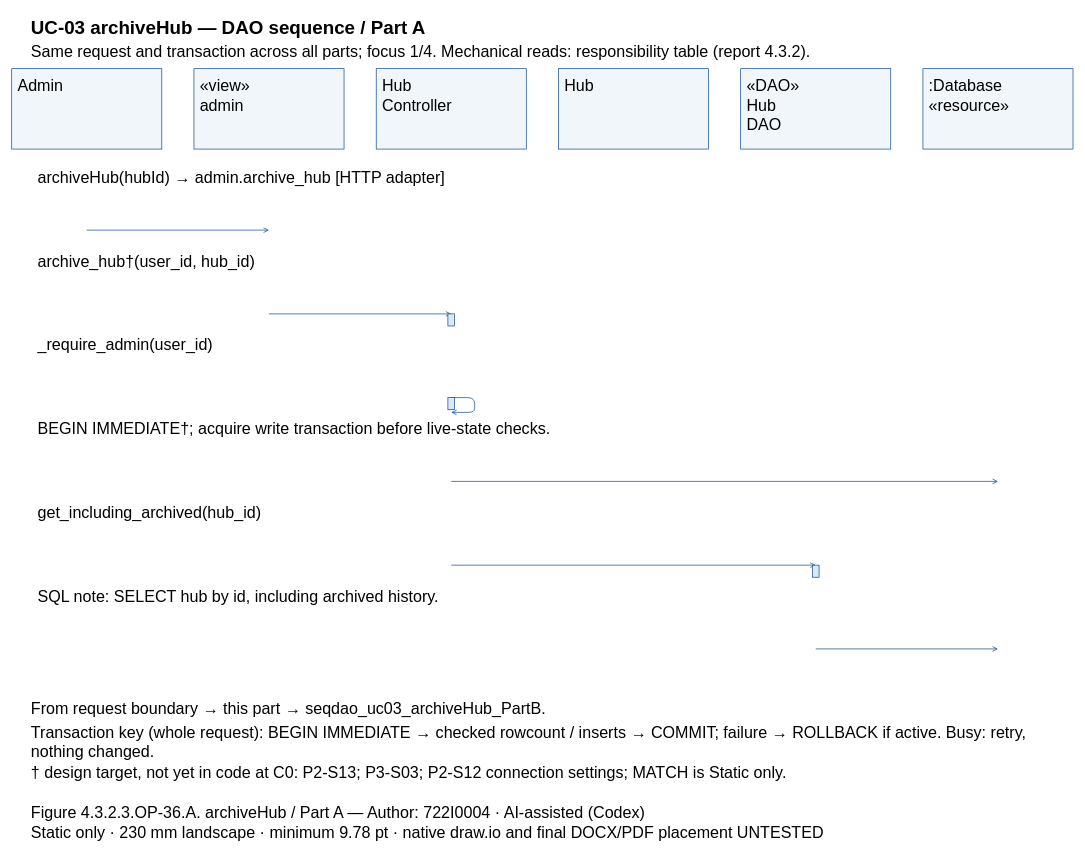
Above: models/UC-03/seqdao_uc03_archiveHub_PartA.drawio in Dat071104/SaigonBite (draw.io), before the change. Source tidied: cells renumbered, new cells numbered last; positions are measured from the earlier drawing's top-left corner, leaving out a move shared by most shapes. Both pictures are drawn from the tidied source at 67%, with x=0, y=0 at pixel (11, 11).
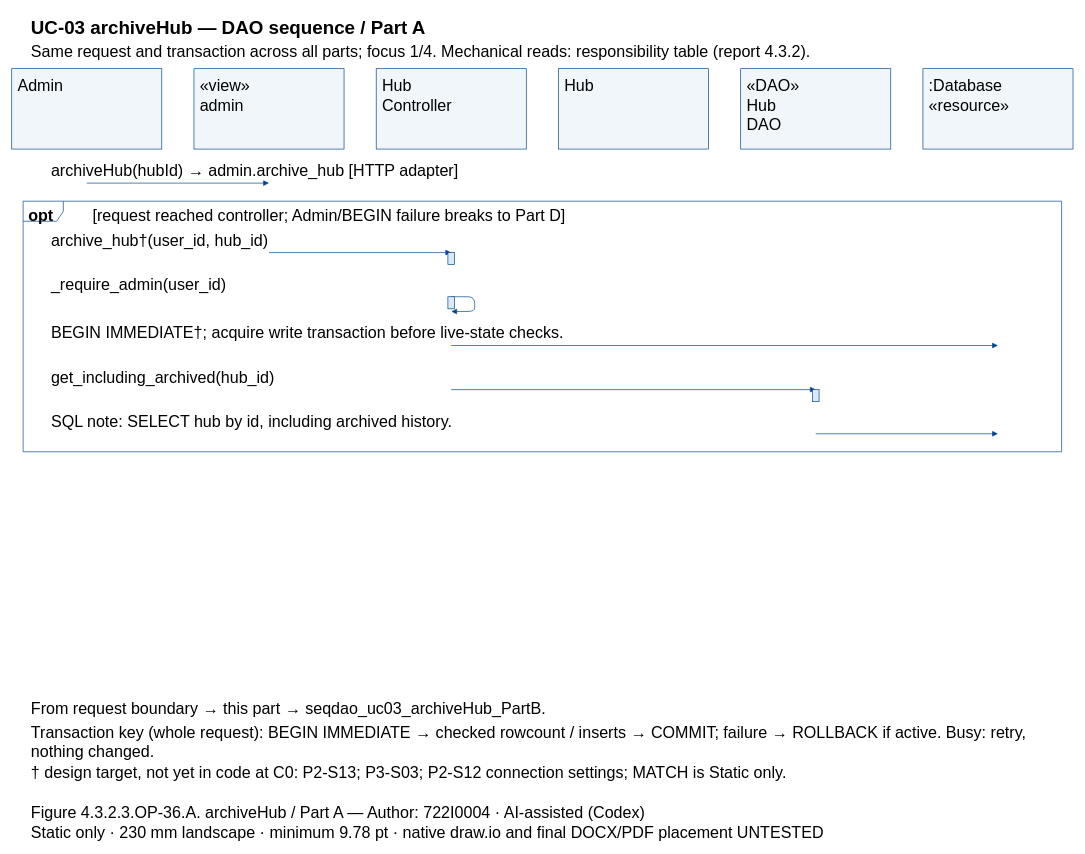
Above is the later version.

What changed in the source:
```diff
@@
+    <mxCell id="48" style="shape=umlFrame;fillColor=none;strokeColor=#004387;" parent="1" vertex="1">
+      <mxGeometry x="17" y="282.8" width="1550" height="374" as="geometry" />
+    </mxCell>
@@
-    <mxCell id="15" value=":Database&#10;«resource»" style="text;html=0;whiteSpace=wrap;align=left;verticalAlign=top;strokeColor=none;fillColor=none;fontFamily=Arial;fontSize=24;fontStyle=0;" parent="1" vertex="1">
-      <mxGeometry x="1367" y="90" width="210" height="55.7" as="geometry" />
-    </mxCell>
-    <mxCell id="16" value="archiveHub(hubId) → admin.archive_hub [HTTP adapter]" style="text;html=0;whiteSpace=wrap;align=left;verticalAlign=top;strokeColor=none;fillColor=none;fontFamily=Arial;fontSize=24;fontStyle=0;" parent="1" vertex="1">
-      <mxGeometry x="37" y="227" width="1510" height="27.8" as="geometry" />
+    <mxCell id="16" value=":Database&#10;«resource»" style="text;html=0;whiteSpace=wrap;align=left;verticalAlign=top;strokeColor=none;fillColor=none;fontFamily=Arial;fontSize=24;fontStyle=0;" parent="1" vertex="1">
+      <mxGeometry x="1367" y="90" width="210" height="55.7" as="geometry" />
     </mxCell>
+    <mxCell id="49" value="opt" style="text;html=0;whiteSpace=wrap;align=left;verticalAlign=top;strokeColor=none;fillColor=none;fontFamily=Arial;fontSize=24;fontStyle=1;" parent="1" vertex="1">
+      <mxGeometry x="23" y="283.8" width="84" height="27.8" as="geometry" />
+    </mxCell>
+    <mxCell id="50" value="[request reached controller; Admin/BEGIN failure breaks to Part D]" style="text;html=0;whiteSpace=wrap;align=left;verticalAlign=top;strokeColor=none;fillColor=none;fontFamily=Arial;fontSize=24;fontStyle=0;" parent="1" vertex="1">
+      <mxGeometry x="119" y="283.8" width="1438" height="27.8" as="geometry" />
+    </mxCell>
+    <mxCell id="51" value="archiveHub(hubId) → admin.archive_hub [HTTP adapter]" style="text;html=0;whiteSpace=wrap;align=left;verticalAlign=top;strokeColor=none;fillColor=none;fontFamily=Arial;fontSize=24;fontStyle=0;" parent="1" vertex="1">
+      <mxGeometry x="57" y="217" width="1470" height="27.8" as="geometry" />
+    </mxCell>
     <mxCell id="17" style="opacity=0;" parent="1" vertex="1">
-      <mxGeometry x="112" y="326" as="geometry" />
+      <mxGeometry x="112" y="255.8" as="geometry" />
     </mxCell>
     <mxCell id="18" style="opacity=0;" parent="1" vertex="1">
-      <mxGeometry x="384" y="326" as="geometry" />
+      <mxGeometry x="384" y="255.8" as="geometry" />
     </mxCell>
-    <mxCell id="19" style="edgeStyle=none;endArrow=open;strokeColor=#004387;exitX=0.5;entryX=0.5;exitPerimeter=0;entryPerimeter=0;" parent="1" edge="1" source="17" target="18">
+    <mxCell id="19" style="edgeStyle=none;endArrow=block;endFill=1;strokeColor=#004387;exitX=0.5;entryX=0.5;exitPerimeter=0;entryPerimeter=0;" parent="1" edge="1" source="17" target="18">
       <mxGeometry relative="1" as="geometry" />
     </mxCell>
-    <mxCell id="20" value="archive_hub†(user_id, hub_id)" style="text;html=0;whiteSpace=wrap;align=left;verticalAlign=top;strokeColor=none;fillColor=none;fontFamily=Arial;fontSize=24;fontStyle=0;" parent="1" vertex="1">
-      <mxGeometry x="37" y="352" width="1510" height="27.8" as="geometry" />
-    </mxCell>
+    <mxCell id="25" value="archive_hub†(user_id, hub_id)" style="text;html=0;whiteSpace=wrap;align=left;verticalAlign=top;strokeColor=none;fillColor=none;fontFamily=Arial;fontSize=24;fontStyle=0;" parent="1" vertex="1">
+      <mxGeometry x="57" y="320.7" width="1470" height="27.8" as="geometry" />
+    </mxCell>
     <mxCell id="21" style="opacity=0;" parent="1" vertex="1">
-      <mxGeometry x="384" y="451" as="geometry" />
+      <mxGeometry x="384" y="359.5" as="geometry" />
     </mxCell>
     <mxCell id="22" style="opacity=0;" parent="1" vertex="1">
-      <mxGeometry x="656" y="451" as="geometry" />
+      <mxGeometry x="656" y="359.5" as="geometry" />
     </mxCell>
-    <mxCell id="23" style="edgeStyle=none;endArrow=open;strokeColor=#004387;exitX=0.5;entryX=0.5;exitPerimeter=0;entryPerimeter=0;" parent="1" edge="1" source="21" target="22">
+    <mxCell id="23" style="edgeStyle=none;endArrow=block;endFill=1;strokeColor=#004387;exitX=0.5;entryX=0.5;exitPerimeter=0;entryPerimeter=0;" parent="1" edge="1" source="21" target="22">
       <mxGeometry relative="1" as="geometry" />
     </mxCell>
-    <mxCell id="24" style="fillColor=#DAE9F5;strokeColor=#004387;" parent="1" vertex="1">
-      <mxGeometry x="651" y="451" width="10" height="18" as="geometry" />
-    </mxCell>
-    <mxCell id="25" value="_require_admin(user_id)" style="text;html=0;whiteSpace=wrap;align=left;verticalAlign=top;strokeColor=none;fillColor=none;fontFamily=Arial;fontSize=24;fontStyle=0;" parent="1" vertex="1">
-      <mxGeometry x="37" y="477" width="1510" height="27.8" as="geometry" />
-    </mxCell>
+    <mxCell id="29" style="fillColor=#DAE9F5;strokeColor=#004387;" parent="1" vertex="1">
+      <mxGeometry x="651" y="359.5" width="10" height="18" as="geometry" />
+    </mxCell>
+    <mxCell id="30" value="_require_admin(user_id)" style="text;html=0;whiteSpace=wrap;align=left;verticalAlign=top;strokeColor=none;fillColor=none;fontFamily=Arial;fontSize=24;fontStyle=0;" parent="1" vertex="1">
+      <mxGeometry x="57" y="386.5" width="1470" height="27.8" as="geometry" />
+    </mxCell>
     <mxCell id="26" style="opacity=0;" parent="1" vertex="1">
-      <mxGeometry x="656" y="576" as="geometry" />
+      <mxGeometry x="656" y="425.4" as="geometry" />
     </mxCell>
     <mxCell id="27" style="opacity=0;" parent="1" vertex="1">
-      <mxGeometry x="656" y="598" as="geometry" />
+      <mxGeometry x="656" y="447.4" as="geometry" />
     </mxCell>
-    <mxCell id="28" style="edgeStyle=none;endArrow=open;strokeColor=#004387;exitX=0.5;entryX=0.5;exitPerimeter=0;entryPerimeter=0;" parent="1" edge="1" source="26" target="27">
+    <mxCell id="28" style="edgeStyle=none;endArrow=block;endFill=1;strokeColor=#004387;exitX=0.5;entryX=0.5;exitPerimeter=0;entryPerimeter=0;" parent="1" edge="1" source="26" target="27">
       <mxGeometry relative="1" as="geometry">
         <Array as="points">
-          <mxPoint x="691" y="576" />
-          <mxPoint x="691" y="598" />
+          <mxPoint x="691" y="425.4" />
+          <mxPoint x="691" y="447.4" />
         </Array>
       </mxGeometry>
     </mxCell>
-    <mxCell id="29" style="fillColor=#DAE9F5;strokeColor=#004387;" parent="1" vertex="1">
-      <mxGeometry x="651" y="576" width="10" height="18" as="geometry" />
-    </mxCell>
-    <mxCell id="30" value="BEGIN IMMEDIATE†; acquire write transaction before live-state checks." style="text;html=0;whiteSpace=wrap;align=left;verticalAlign=top;strokeColor=none;fillColor=none;fontFamily=Arial;fontSize=24;fontStyle=0;" parent="1" vertex="1">
-      <mxGeometry x="37" y="602" width="1510" height="27.8" as="geometry" />
-    </mxCell>
+    <mxCell id="52" style="fillColor=#DAE9F5;strokeColor=#004387;" parent="1" vertex="1">
+      <mxGeometry x="651" y="425.4" width="10" height="18" as="geometry" />
+    </mxCell>
+    <mxCell id="53" value="BEGIN IMMEDIATE†; acquire write transaction before live-state checks." style="text;html=0;whiteSpace=wrap;align=left;verticalAlign=top;strokeColor=none;fillColor=none;fontFamily=Arial;fontSize=24;fontStyle=0;" parent="1" vertex="1">
+      <mxGeometry x="57" y="459.4" width="1470" height="27.8" as="geometry" />
+    </mxCell>
     <mxCell id="31" style="opacity=0;" parent="1" vertex="1">
-      <mxGeometry x="656" y="701" as="geometry" />
+      <mxGeometry x="656" y="498.2" as="geometry" />
     </mxCell>
     <mxCell id="32" style="opacity=0;" parent="1" vertex="1">
-      <mxGeometry x="1472" y="701" as="geometry" />
+      <mxGeometry x="1472" y="498.2" as="geometry" />
     </mxCell>
-    <mxCell id="33" style="edgeStyle=none;endArrow=open;strokeColor=#004387;exitX=0.5;entryX=0.5;exitPerimeter=0;entryPerimeter=0;" parent="1" edge="1" source="31" target="32">
+    <mxCell id="33" style="edgeStyle=none;endArrow=block;endFill=1;strokeColor=#004387;exitX=0.5;entryX=0.5;exitPerimeter=0;entryPerimeter=0;" parent="1" edge="1" source="31" target="32">
       <mxGeometry relative="1" as="geometry" />
     </mxCell>
-    <mxCell id="34" value="get_including_archived(hub_id)" style="text;html=0;whiteSpace=wrap;align=left;verticalAlign=top;strokeColor=none;fillColor=none;fontFamily=Arial;fontSize=24;fontStyle=0;" parent="1" vertex="1">
-      <mxGeometry x="37" y="727" width="1510" height="27.8" as="geometry" />
-    </mxCell>
+    <mxCell id="39" value="get_including_archived(hub_id)" style="text;html=0;whiteSpace=wrap;align=left;verticalAlign=top;strokeColor=none;fillColor=none;fontFamily=Arial;fontSize=24;fontStyle=0;" parent="1" vertex="1">
+      <mxGeometry x="57" y="525.2" width="1470" height="27.8" as="geometry" />
+    </mxCell>
     <mxCell id="35" style="opacity=0;" parent="1" vertex="1">
-      <mxGeometry x="656" y="826" as="geometry" />
+      <mxGeometry x="656" y="564" as="geometry" />
     </mxCell>
     <mxCell id="36" style="opacity=0;" parent="1" vertex="1">
-      <mxGeometry x="1200" y="826" as="geometry" />
+      <mxGeometry x="1200" y="564" as="geometry" />
     </mxCell>
-    <mxCell id="37" style="edgeStyle=none;endArrow=open;strokeColor=#004387;exitX=0.5;entryX=0.5;exitPerimeter=0;entryPerimeter=0;" parent="1" edge="1" source="35" target="36">
+    <mxCell id="37" style="edgeStyle=none;endArrow=block;endFill=1;strokeColor=#004387;exitX=0.5;entryX=0.5;exitPerimeter=0;entryPerimeter=0;" parent="1" edge="1" source="35" target="36">
       <mxGeometry relative="1" as="geometry" />
     </mxCell>
-    <mxCell id="38" style="fillColor=#DAE9F5;strokeColor=#004387;" parent="1" vertex="1">
-      <mxGeometry x="1195" y="826" width="10" height="18" as="geometry" />
-    </mxCell>
-    <mxCell id="39" value="SQL note: SELECT hub by id, including archived history." style="text;html=0;whiteSpace=wrap;align=left;verticalAlign=top;strokeColor=none;fillColor=none;fontFamily=Arial;fontSize=24;fontStyle=0;" parent="1" vertex="1">
-      <mxGeometry x="37" y="852" width="1510" height="27.8" as="geometry" />
-    </mxCell>
+    <mxCell id="54" style="fillColor=#DAE9F5;strokeColor=#004387;" parent="1" vertex="1">
+      <mxGeometry x="1195" y="564" width="10" height="18" as="geometry" />
+    </mxCell>
+    <mxCell id="44" value="SQL note: SELECT hub by id, including archived history." style="text;html=0;whiteSpace=wrap;align=left;verticalAlign=top;strokeColor=none;fillColor=none;fontFamily=Arial;fontSize=24;fontStyle=0;" parent="1" vertex="1">
+      <mxGeometry x="57" y="591" width="1470" height="27.8" as="geometry" />
+    </mxCell>
     <mxCell id="40" style="opacity=0;" parent="1" vertex="1">
-      <mxGeometry x="1200" y="951" as="geometry" />
+      <mxGeometry x="1200" y="629.9" as="geometry" />
     </mxCell>
     <mxCell id="41" style="opacity=0;" parent="1" vertex="1">
-      <mxGeometry x="1472" y="951" as="geometry" />
+      <mxGeometry x="1472" y="629.9" as="geometry" />
     </mxCell>
-    <mxCell id="42" style="edgeStyle=none;endArrow=open;strokeColor=#004387;exitX=0.5;entryX=0.5;exitPerimeter=0;entryPerimeter=0;" parent="1" edge="1" source="40" target="41">
+    <mxCell id="42" style="edgeStyle=none;endArrow=block;endFill=1;strokeColor=#004387;exitX=0.5;entryX=0.5;exitPerimeter=0;entryPerimeter=0;" parent="1" edge="1" source="40" target="41">
       <mxGeometry relative="1" as="geometry" />
     </mxCell>
-    <mxCell id="43" value="From request boundary → this part → seqdao_uc03_archiveHub_PartB." style="text;html=0;whiteSpace=wrap;align=left;verticalAlign=top;strokeColor=none;fillColor=none;fontFamily=Arial;fontSize=24;fontStyle=0;" parent="1" vertex="1">
-      <mxGeometry x="27" y="1020" width="1530" height="27.8" as="geometry" />
-    </mxCell>
-    <mxCell id="44" value="Transaction key (whole request): BEGIN IMMEDIATE → checked rowcount / inserts → COMMIT; failure → ROLLBACK if active. Busy: retry,&#10;nothing changed." style="text;html=0;whiteSpace=wrap;align=left;verticalAlign=top;strokeColor=none;fillColor=none;fontFamily=Arial;fontSize=24;fontStyle=0;" parent="1" vertex="1">
-      <mxGeometry x="27" y="1055" width="1530" height="55.7" as="geometry" />
-    </mxCell>
-    <mxCell id="45" value="† design target, not yet in code at C0: P2-S13; P3-S03; P2-S12 connection settings; MATCH is Static only." style="text;html=0;whiteSpace=wrap;align=left;verticalAlign=top;strokeColor=none;fillColor=none;fontFamily=Arial;fontSize=24;fontStyle=0;" parent="1" vertex="1">
-      <mxGeometry x="27" y="1115" width="1530" height="27.8" as="geometry" />
-    </mxCell>
-    <mxCell id="46" value="Figure 4.3.2.3.OP-36.A. archiveHub / Part A — Author: 722I0004 · AI-assisted (Codex)" style="text;html=0;whiteSpace=wrap;align=left;verticalAlign=top;strokeColor=none;fillColor=none;fontFamily=Arial;fontSize=24;fontStyle=0;" parent="1" vertex="1">
-      <mxGeometry x="27" y="1175" width="1530" height="27.8" as="geometry" />
+    <mxCell id="46" value="From request boundary → this part → seqdao_uc03_archiveHub_PartB." style="text;html=0;whiteSpace=wrap;align=left;verticalAlign=top;strokeColor=none;fillColor=none;fontFamily=Arial;fontSize=24;fontStyle=0;" parent="1" vertex="1">
+      <mxGeometry x="27" y="1020" width="1530" height="27.8" as="geometry" />
     </mxCell>
-    <mxCell id="47" value="Static only · 230 mm landscape · minimum 9.78 pt · native draw.io and final DOCX/PDF placement UNTESTED" style="text;html=0;whiteSpace=wrap;align=left;verticalAlign=top;strokeColor=none;fillColor=none;fontFamily=Arial;fontSize=24;fontStyle=0;" parent="1" vertex="1">
-      <mxGeometry x="27" y="1205" width="1530" height="27.8" as="geometry" />
+    <mxCell id="47" value="Transaction key (whole request): BEGIN IMMEDIATE → checked rowcount / inserts → COMMIT; failure → ROLLBACK if active. Busy: retry,&#10;nothing changed." style="text;html=0;whiteSpace=wrap;align=left;verticalAlign=top;strokeColor=none;fillColor=none;fontFamily=Arial;fontSize=24;fontStyle=0;" parent="1" vertex="1">
+      <mxGeometry x="27" y="1055" width="1530" height="55.7" as="geometry" />
     </mxCell>
+    <mxCell id="45" value="† design target, not yet in code at C0: P2-S13; P3-S03; P2-S12 connection settings; MATCH is Static only." style="text;html=0;whiteSpace=wrap;align=left;verticalAlign=top;strokeColor=none;fillColor=none;fontFamily=Arial;fontSize=24;fontStyle=0;" parent="1" vertex="1">
+      <mxGeometry x="27" y="1115" width="1530" height="27.8" as="geometry" />
+    </mxCell>
+    <mxCell id="55" value="Figure 4.3.2.3.OP-36.A. archiveHub / Part A — Author: 722I0004 · AI-assisted (Codex)" style="text;html=0;whiteSpace=wrap;align=left;verticalAlign=top;strokeColor=none;fillColor=none;fontFamily=Arial;fontSize=24;fontStyle=0;" parent="1" vertex="1">
+      <mxGeometry x="27" y="1175" width="1530" height="27.8" as="geometry" />
+    </mxCell>
+    <mxCell id="56" value="Static only · 230 mm landscape · minimum 9.78 pt · native draw.io and final DOCX/PDF placement UNTESTED" style="text;html=0;whiteSpace=wrap;align=left;verticalAlign=top;strokeColor=none;fillColor=none;fontFamily=Arial;fontSize=24;fontStyle=0;" parent="1" vertex="1">
+      <mxGeometry x="27" y="1205" width="1530" height="27.8" as="geometry" />
+    </mxCell>
```
